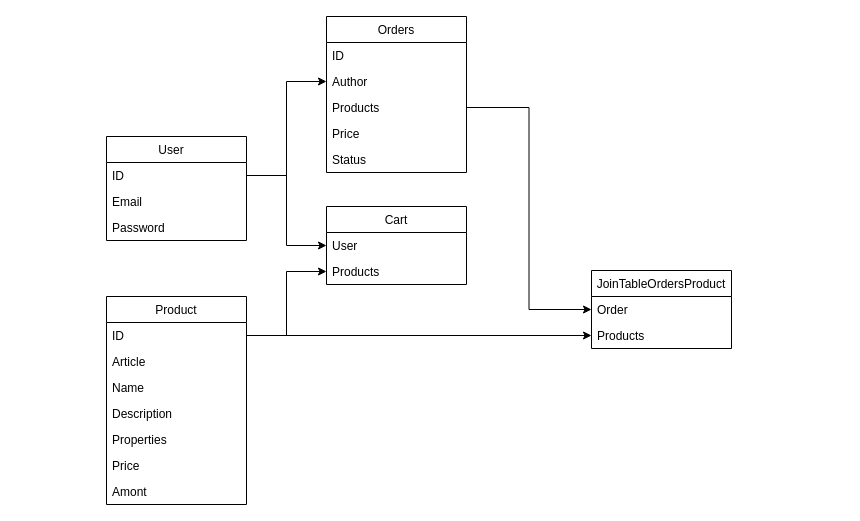
Earlier version of the draw.io diagram nenavalniy.drawio (MiKaMoRe/nenavalniy). Source tidied: cells renumbered, new cells numbered last; positions are measured from the earlier drawing's top-left corner, leaving out a move shared by most shapes. Both pictures are drawn from the tidied source at 100%, with x=0, y=0 at pixel (106, 16).
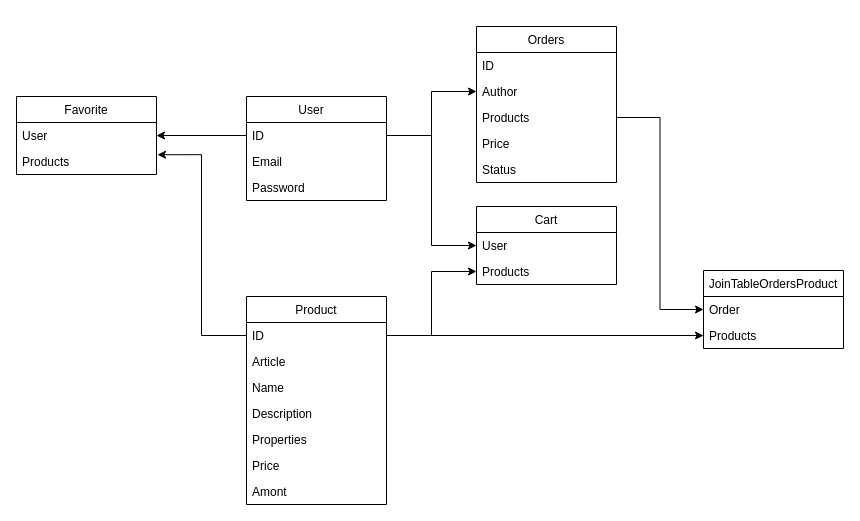
Above is the later version.

The change refers to these unchanged cells:
```xml
<mxCell id="3" value="ID" style="text;strokeColor=none;fillColor=none;align=left;verticalAlign=top;spacingLeft=4;spacingRight=4;overflow=hidden;points=[[0,0.5],[1,0.5]];portConstraint=eastwest;" parent="2" vertex="1">
  <mxGeometry y="26" width="140" height="26" as="geometry" />
</mxCell>
<mxCell id="13" value="ID" style="text;strokeColor=none;fillColor=none;align=left;verticalAlign=top;spacingLeft=4;spacingRight=4;overflow=hidden;points=[[0,0.5],[1,0.5]];portConstraint=eastwest;" parent="12" vertex="1">
  <mxGeometry y="26" width="140" height="26" as="geometry" />
</mxCell>
```

Change to the diagram source:
```diff
@@
     <mxCell id="2" value="User   " style="swimlane;fontStyle=0;horizontal=1;startSize=26;" parent="1" vertex="1">
-      <mxGeometry y="120" width="140" height="104" as="geometry" />
+      <mxGeometry x="140" y="80" width="140" height="104" as="geometry" />
     </mxCell>
@@
     <mxCell id="6" value="Orders" style="swimlane;fontStyle=0;horizontal=1;startSize=26;" parent="1" vertex="1">
-      <mxGeometry x="220" width="140" height="156" as="geometry" />
+      <mxGeometry x="370" y="10" width="140" height="156" as="geometry" />
     </mxCell>
@@
     <mxCell id="12" value="Product" style="swimlane;fontStyle=0;horizontal=1;startSize=26;" parent="1" vertex="1">
-      <mxGeometry y="280" width="140" height="208" as="geometry" />
+      <mxGeometry x="140" y="280" width="140" height="208" as="geometry" />
     </mxCell>
@@
     <mxCell id="20" value="Cart" style="swimlane;fontStyle=0;horizontal=1;startSize=26;" parent="1" vertex="1">
-      <mxGeometry x="220" y="190" width="140" height="78" as="geometry" />
+      <mxGeometry x="370" y="190" width="140" height="78" as="geometry" />
     </mxCell>
@@
     <mxCell id="26" value="JoinTableOrdersProduct" style="swimlane;fontStyle=0;horizontal=1;startSize=26;" parent="1" vertex="1">
-      <mxGeometry x="485" y="254" width="140" height="78" as="geometry" />
+      <mxGeometry x="597" y="254" width="140" height="78" as="geometry" />
     </mxCell>
@@
+    <mxCell id="31" value="Favorite" style="swimlane;fontStyle=0;horizontal=1;startSize=26;" parent="1" vertex="1">
+      <mxGeometry x="-90" y="80" width="140" height="78" as="geometry" />
+    </mxCell>
+    <mxCell id="32" value="User" style="text;strokeColor=none;fillColor=none;align=left;verticalAlign=top;spacingLeft=4;spacingRight=4;overflow=hidden;points=[[0,0.5],[1,0.5]];portConstraint=eastwest;" parent="31" vertex="1">
+      <mxGeometry y="26" width="140" height="26" as="geometry" />
+    </mxCell>
+    <mxCell id="33" value="Products" style="text;strokeColor=none;fillColor=none;align=left;verticalAlign=top;spacingLeft=4;spacingRight=4;overflow=hidden;points=[[0,0.5],[1,0.5]];portConstraint=eastwest;" parent="31" vertex="1">
+      <mxGeometry y="52" width="140" height="26" as="geometry" />
+    </mxCell>
+    <mxCell id="34" style="edgeStyle=orthogonalEdgeStyle;rounded=0;jettySize=auto;html=1;" parent="1" edge="1" source="3" target="32">
+      <mxGeometry relative="1" as="geometry" />
+    </mxCell>
+    <mxCell id="35" style="edgeStyle=orthogonalEdgeStyle;rounded=0;jettySize=auto;html=1;entryX=1.007;entryY=0.239;entryDx=0;entryDy=0;entryPerimeter=0;" parent="1" edge="1" source="13" target="33">
+      <mxGeometry relative="1" as="geometry" />
+    </mxCell>
```
